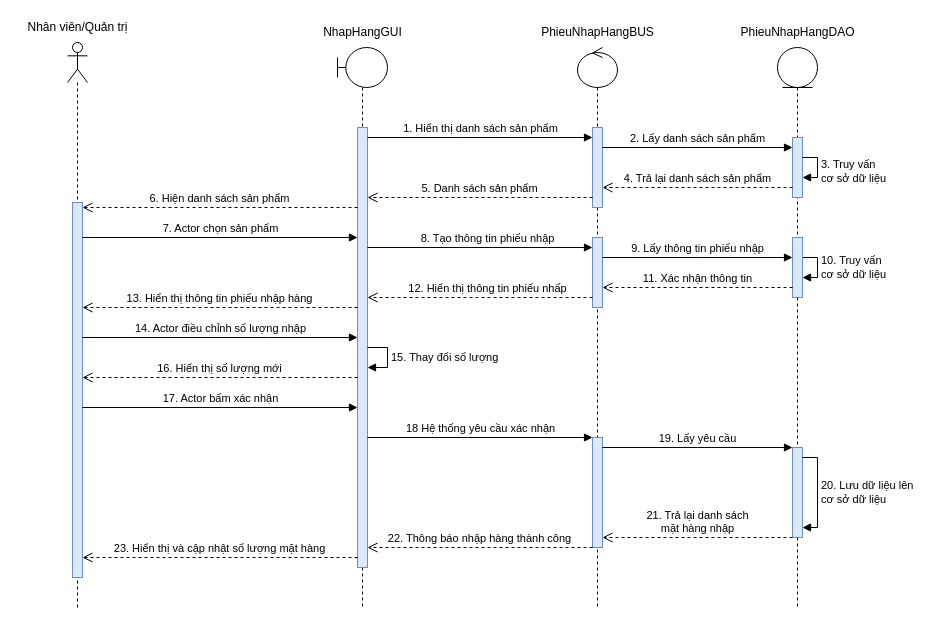
This is Sequence Diagrams/Quang Võ/SD_NhậpHàng.drawio from EdgarIgnite16/OOAD-Project, a draw.io file, before an edit. Source tidied: cells renumbered, new cells numbered last; positions are measured from the earlier drawing's top-left corner, leaving out a move shared by most shapes. Both pictures are drawn from the tidied source at 100%, with x=0, y=0 at pixel (17, 17).
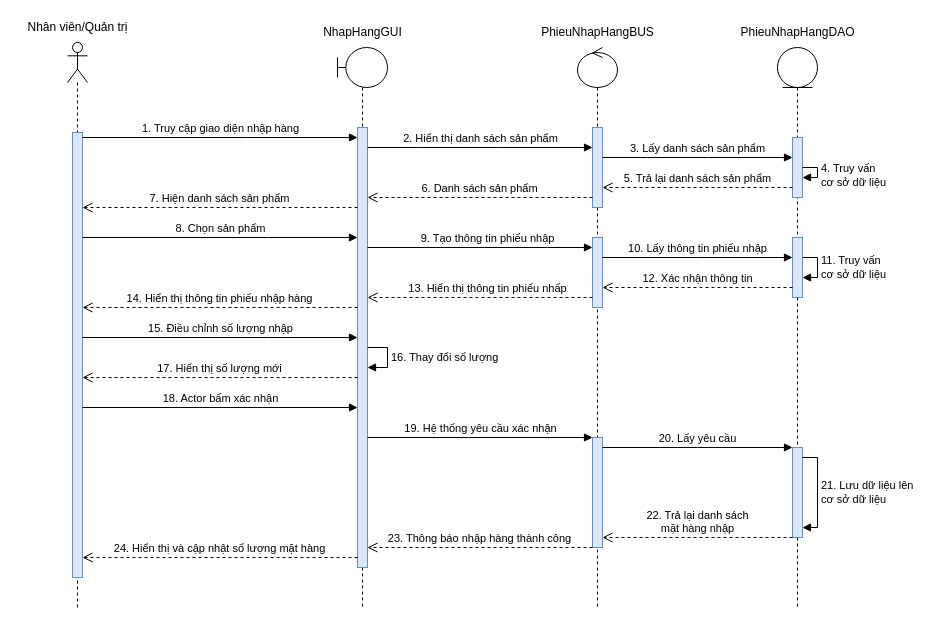
The same page after the edit.

The change refers to these unchanged cells:
```xml
<mxCell id="2" style="shape=umlLifeline;participant=umlActor;perimeter=lifelinePerimeter;whiteSpace=wrap;html=1;verticalAlign=top;spacingTop=36;" parent="1" vertex="1">
  <mxGeometry x="50" y="25" width="20" height="565" as="geometry" />
</mxCell>
<mxCell id="5" style="shape=umlLifeline;participant=umlBoundary;perimeter=lifelinePerimeter;whiteSpace=wrap;html=1;verticalAlign=top;spacingTop=36;" parent="1" vertex="1">
  <mxGeometry x="320" y="30" width="50" height="560" as="geometry" />
</mxCell>
<mxCell id="6" style="html=1;points=[];perimeter=orthogonalPerimeter;fillColor=#dae8fc;strokeColor=#6c8ebf;" parent="5" vertex="1">
  <mxGeometry x="20" y="80" width="10" height="440" as="geometry" />
</mxCell>
<mxCell id="9" style="html=1;points=[];perimeter=orthogonalPerimeter;fillColor=#dae8fc;strokeColor=#6c8ebf;" parent="8" vertex="1">
  <mxGeometry x="15" y="80" width="10" height="80" as="geometry" />
</mxCell>
<mxCell id="10" style="html=1;points=[];perimeter=orthogonalPerimeter;fillColor=#dae8fc;strokeColor=#6c8ebf;" parent="8" vertex="1">
  <mxGeometry x="15" y="390" width="10" height="110" as="geometry" />
</mxCell>
<mxCell id="11" style="html=1;points=[];perimeter=orthogonalPerimeter;fillColor=#dae8fc;strokeColor=#6c8ebf;" parent="8" vertex="1">
  <mxGeometry x="15" y="190" width="10" height="70" as="geometry" />
</mxCell>
<mxCell id="14" style="shape=umlLifeline;participant=umlEntity;perimeter=lifelinePerimeter;whiteSpace=wrap;html=1;verticalAlign=top;spacingTop=36;" parent="1" vertex="1">
  <mxGeometry x="760" y="30" width="40" height="560" as="geometry" />
</mxCell>
<mxCell id="15" style="html=1;points=[];perimeter=orthogonalPerimeter;fillColor=#dae8fc;strokeColor=#6c8ebf;" parent="14" vertex="1">
  <mxGeometry x="15" y="90" width="10" height="60" as="geometry" />
</mxCell>
<mxCell id="18" style="html=1;points=[];perimeter=orthogonalPerimeter;fillColor=#dae8fc;strokeColor=#6c8ebf;" parent="14" vertex="1">
  <mxGeometry x="15" y="190" width="10" height="60" as="geometry" />
</mxCell>
<mxCell id="19" style="html=1;points=[];perimeter=orthogonalPerimeter;fillColor=#dae8fc;strokeColor=#6c8ebf;" parent="14" vertex="1">
  <mxGeometry x="15" y="400" width="10" height="90" as="geometry" />
</mxCell>
```

The edit, as a diff of the source:
```diff
@@
     <mxCell id="3" style="html=1;points=[];perimeter=orthogonalPerimeter;fillColor=#dae8fc;strokeColor=#6c8ebf;" parent="2" vertex="1">
-      <mxGeometry x="5" y="160" width="10" height="375" as="geometry" />
+      <mxGeometry x="5" y="90" width="10" height="445" as="geometry" />
     </mxCell>
@@
-    <mxCell id="7" value="15. Thay đổi số lượng" style="edgeStyle=orthogonalEdgeStyle;html=1;align=left;spacingLeft=2;endArrow=block;rounded=0;" parent="5" edge="1" source="6" target="6">
+    <mxCell id="7" value="16. Thay đổi số lượng" style="edgeStyle=orthogonalEdgeStyle;html=1;align=left;spacingLeft=2;endArrow=block;rounded=0;" parent="5" edge="1" source="6" target="6">
       <mxGeometry relative="1" as="geometry">
         <Array as="points">
           <mxPoint x="50" y="300" />
           <mxPoint x="50" y="320" />
         </Array>
       </mxGeometry>
     </mxCell>
@@
-    <mxCell id="16" value="3. Truy vấn&lt;br&gt;cơ sở dữ liệu" style="edgeStyle=orthogonalEdgeStyle;html=1;align=left;spacingLeft=2;endArrow=block;rounded=0;" parent="14" edge="1" source="15" target="15">
+    <mxCell id="16" value="4. Truy vấn&lt;br&gt;cơ sở dữ liệu" style="edgeStyle=orthogonalEdgeStyle;html=1;align=left;spacingLeft=2;endArrow=block;rounded=0;" parent="14" edge="1" source="15" target="15">
       <mxGeometry x="0.16" relative="1" as="geometry">
         <Array as="points">
-          <mxPoint x="40" y="110" />
+          <mxPoint x="40" y="120" />
           <mxPoint x="40" y="130" />
         </Array>
       </mxGeometry>
     </mxCell>
-    <mxCell id="17" value="10. Truy vấn&lt;br&gt;cơ sở dữ liệu" style="edgeStyle=orthogonalEdgeStyle;html=1;align=left;spacingLeft=2;endArrow=block;rounded=0;" parent="14" edge="1" source="18" target="18">
+    <mxCell id="17" value="11. Truy vấn&lt;br&gt;cơ sở dữ liệu" style="edgeStyle=orthogonalEdgeStyle;html=1;align=left;spacingLeft=2;endArrow=block;rounded=0;" parent="14" edge="1" source="18" target="18">
       <mxGeometry relative="1" as="geometry">
         <Array as="points">
           <mxPoint x="40" y="210" />
           <mxPoint x="40" y="230" />
         </Array>
       </mxGeometry>
     </mxCell>
@@
-    <mxCell id="20" value="20. Lưu dữ liệu lên&lt;br&gt;cơ sở dữ liệu" style="edgeStyle=orthogonalEdgeStyle;html=1;align=left;spacingLeft=2;endArrow=block;rounded=0;" parent="14" edge="1" source="19" target="19">
+    <mxCell id="20" value="21. Lưu dữ liệu lên&lt;br&gt;cơ sở dữ liệu" style="edgeStyle=orthogonalEdgeStyle;html=1;align=left;spacingLeft=2;endArrow=block;rounded=0;" parent="14" edge="1" source="19" target="19">
       <mxGeometry relative="1" as="geometry">
         <Array as="points">
           <mxPoint x="40" y="410" />
           <mxPoint x="40" y="480" />
         </Array>
       </mxGeometry>
     </mxCell>
@@
-    <mxCell id="22" value="7. Actor chọn sản phẩm" style="html=1;verticalAlign=bottom;endArrow=block;rounded=0;" parent="1" edge="1" source="3" target="6">
+    <mxCell id="22" value="8. Chọn sản phẩm" style="html=1;verticalAlign=bottom;endArrow=block;rounded=0;" parent="1" edge="1" source="3" target="6">
       <mxGeometry relative="1" as="geometry">
         <Array as="points">
           <mxPoint x="250" y="220" />
         </Array>
       </mxGeometry>
     </mxCell>
-    <mxCell id="23" value="1. Hiển thị danh sách sản phẩm" style="html=1;verticalAlign=bottom;endArrow=block;rounded=0;" parent="1" edge="1" source="6" target="9">
+    <mxCell id="23" value="2. Hiển thị danh sách sản phẩm" style="html=1;verticalAlign=bottom;endArrow=block;rounded=0;" parent="1" edge="1" source="6" target="9">
       <mxGeometry relative="1" as="geometry">
         <Array as="points">
-          <mxPoint x="440" y="120" />
+          <mxPoint x="400" y="130" />
+          <mxPoint x="480" y="130" />
         </Array>
       </mxGeometry>
     </mxCell>
-    <mxCell id="24" value="2. Lấy danh sách sản phẩm" style="html=1;verticalAlign=bottom;endArrow=block;rounded=0;" parent="1" edge="1" source="9" target="15">
+    <mxCell id="24" value="3. Lấy danh sách sản phẩm" style="html=1;verticalAlign=bottom;endArrow=block;rounded=0;" parent="1" edge="1" source="9" target="15">
       <mxGeometry relative="1" as="geometry">
         <Array as="points">
-          <mxPoint x="670" y="130" />
+          <mxPoint x="630" y="140" />
+          <mxPoint x="690" y="140" />
         </Array>
       </mxGeometry>
     </mxCell>
-    <mxCell id="25" value="4. Trả lại danh sách sản phẩm" style="html=1;verticalAlign=bottom;endArrow=open;dashed=1;endSize=8;rounded=0;" parent="1" edge="1" source="15" target="9">
+    <mxCell id="25" value="5. Trả lại danh sách sản phẩm" style="html=1;verticalAlign=bottom;endArrow=open;dashed=1;endSize=8;rounded=0;" parent="1" edge="1" source="15" target="9">
       <mxGeometry relative="1" as="geometry">
         <Array as="points">
           <mxPoint x="700" y="170" />
         </Array>
       </mxGeometry>
     </mxCell>
-    <mxCell id="26" value="5. Danh sách sản phẩm" style="html=1;verticalAlign=bottom;endArrow=open;dashed=1;endSize=8;rounded=0;" parent="1" edge="1" source="9" target="6">
+    <mxCell id="26" value="6. Danh sách sản phẩm" style="html=1;verticalAlign=bottom;endArrow=open;dashed=1;endSize=8;rounded=0;" parent="1" edge="1" source="9" target="6">
       <mxGeometry relative="1" as="geometry">
         <Array as="points">
           <mxPoint x="450" y="180" />
         </Array>
       </mxGeometry>
     </mxCell>
-    <mxCell id="27" value="8. Tạo thông tin phiếu nhập" style="html=1;verticalAlign=bottom;endArrow=block;rounded=0;" parent="1" edge="1" source="6" target="11">
+    <mxCell id="27" value="9. Tạo thông tin phiếu nhập" style="html=1;verticalAlign=bottom;endArrow=block;rounded=0;" parent="1" edge="1" source="6" target="11">
       <mxGeometry x="0.07" relative="1" as="geometry">
         <Array as="points">
           <mxPoint x="530" y="230" />
         </Array>
       </mxGeometry>
     </mxCell>
-    <mxCell id="28" value="12. Hiển thị thông tin phiếu nhấp" style="html=1;verticalAlign=bottom;endArrow=open;dashed=1;endSize=8;rounded=0;" parent="1" edge="1" source="11" target="6">
+    <mxCell id="28" value="13. Hiển thị thông tin phiếu nhấp" style="html=1;verticalAlign=bottom;endArrow=open;dashed=1;endSize=8;rounded=0;" parent="1" edge="1" source="11" target="6">
       <mxGeometry x="-0.07" relative="1" as="geometry">
         <Array as="points">
           <mxPoint x="560" y="280" />
           <mxPoint x="460" y="280" />
         </Array>
       </mxGeometry>
     </mxCell>
-    <mxCell id="29" value="17. Actor bấm xác nhận" style="html=1;verticalAlign=bottom;endArrow=block;rounded=0;" parent="1" edge="1" source="3" target="6">
+    <mxCell id="29" value="18. Actor bấm xác nhận" style="html=1;verticalAlign=bottom;endArrow=block;rounded=0;" parent="1" edge="1" source="3" target="6">
       <mxGeometry relative="1" as="geometry">
         <Array as="points">
           <mxPoint x="240" y="390" />
         </Array>
       </mxGeometry>
     </mxCell>
-    <mxCell id="30" value="18 Hệ thống yêu cầu xác nhận" style="html=1;verticalAlign=bottom;endArrow=block;rounded=0;" parent="1" edge="1" source="6" target="10">
+    <mxCell id="30" value="19. Hệ thống yêu cầu xác nhận" style="html=1;verticalAlign=bottom;endArrow=block;rounded=0;" parent="1" edge="1" source="6" target="10">
       <mxGeometry relative="1" as="geometry">
         <Array as="points">
           <mxPoint x="450" y="420" />
         </Array>
       </mxGeometry>
     </mxCell>
-    <mxCell id="31" value="19. Lấy yêu cầu" style="html=1;verticalAlign=bottom;endArrow=block;rounded=0;" parent="1" edge="1" source="10" target="19">
+    <mxCell id="31" value="20. Lấy yêu cầu" style="html=1;verticalAlign=bottom;endArrow=block;rounded=0;" parent="1" edge="1" source="10" target="19">
       <mxGeometry relative="1" as="geometry">
         <Array as="points">
           <mxPoint x="680" y="430" />
         </Array>
       </mxGeometry>
     </mxCell>
-    <mxCell id="32" value="21. Trả lại danh sách&lt;br&gt;mặt hàng nhập" style="html=1;verticalAlign=bottom;endArrow=open;dashed=1;endSize=8;rounded=0;" parent="1" edge="1" source="19" target="10">
+    <mxCell id="32" value="22. Trả lại danh sách&lt;br&gt;mặt hàng nhập" style="html=1;verticalAlign=bottom;endArrow=open;dashed=1;endSize=8;rounded=0;" parent="1" edge="1" source="19" target="10">
       <mxGeometry relative="1" as="geometry">
         <Array as="points">
           <mxPoint x="680" y="520" />
         </Array>
       </mxGeometry>
     </mxCell>
-    <mxCell id="33" value="22. Thông báo nhập hàng thành công" style="html=1;verticalAlign=bottom;endArrow=open;dashed=1;endSize=8;rounded=0;" parent="1" edge="1" source="10" target="6">
+    <mxCell id="33" value="23. Thông báo nhập hàng thành công" style="html=1;verticalAlign=bottom;endArrow=open;dashed=1;endSize=8;rounded=0;" parent="1" edge="1" source="10" target="6">
       <mxGeometry relative="1" as="geometry">
         <Array as="points">
           <mxPoint x="450" y="530" />
         </Array>
       </mxGeometry>
     </mxCell>
-    <mxCell id="34" value="23. Hiển thị và cập nhật số lượng mặt hàng" style="html=1;verticalAlign=bottom;endArrow=open;dashed=1;endSize=8;rounded=0;" parent="1" edge="1" source="6" target="3">
+    <mxCell id="34" value="24. Hiển thị và cập nhật số lượng mặt hàng" style="html=1;verticalAlign=bottom;endArrow=open;dashed=1;endSize=8;rounded=0;" parent="1" edge="1" source="6" target="3">
       <mxGeometry relative="1" as="geometry">
         <Array as="points">
           <mxPoint x="300" y="540" />
           <mxPoint x="260" y="540" />
         </Array>
       </mxGeometry>
     </mxCell>
-    <mxCell id="35" value="13. Hiển thị thông tin phiếu nhập hàng" style="html=1;verticalAlign=bottom;endArrow=open;dashed=1;endSize=8;rounded=0;" parent="1" edge="1" source="6" target="3">
+    <mxCell id="35" value="14. Hiển thị thông tin phiếu nhập hàng" style="html=1;verticalAlign=bottom;endArrow=open;dashed=1;endSize=8;rounded=0;" parent="1" edge="1" source="6" target="3">
       <mxGeometry relative="1" as="geometry">
         <Array as="points">
           <mxPoint x="260" y="290" />
         </Array>
       </mxGeometry>
     </mxCell>
-    <mxCell id="36" value="14. Actor điều chỉnh số lượng nhập" style="html=1;verticalAlign=bottom;endArrow=block;rounded=0;" parent="1" edge="1" source="3" target="6">
+    <mxCell id="36" value="15. Điều chỉnh số lượng nhập" style="html=1;verticalAlign=bottom;endArrow=block;rounded=0;" parent="1" edge="1" source="3" target="6">
       <mxGeometry relative="1" as="geometry">
         <Array as="points">
           <mxPoint x="250" y="320" />
         </Array>
       </mxGeometry>
     </mxCell>
-    <mxCell id="37" value="16. Hiển thị số lượng mới" style="html=1;verticalAlign=bottom;endArrow=open;dashed=1;endSize=8;rounded=0;" parent="1" edge="1" source="6" target="3">
+    <mxCell id="37" value="17. Hiển thị số lượng mới" style="html=1;verticalAlign=bottom;endArrow=open;dashed=1;endSize=8;rounded=0;" parent="1" edge="1" source="6" target="3">
       <mxGeometry relative="1" as="geometry">
         <Array as="points">
           <mxPoint x="240" y="360" />
         </Array>
       </mxGeometry>
     </mxCell>
-    <mxCell id="38" value="6. Hiện danh sách sản phẩm" style="html=1;verticalAlign=bottom;endArrow=open;dashed=1;endSize=8;rounded=0;" parent="1" edge="1" source="6" target="3">
+    <mxCell id="38" value="7. Hiện danh sách sản phẩm" style="html=1;verticalAlign=bottom;endArrow=open;dashed=1;endSize=8;rounded=0;" parent="1" edge="1" source="6" target="3">
       <mxGeometry relative="1" as="geometry">
         <Array as="points">
           <mxPoint x="210" y="190" />
         </Array>
       </mxGeometry>
     </mxCell>
-    <mxCell id="39" value="9. Lấy thông tin phiếu nhập" style="html=1;verticalAlign=bottom;endArrow=block;rounded=0;" parent="1" edge="1" source="11" target="18">
+    <mxCell id="39" value="10. Lấy thông tin phiếu nhập" style="html=1;verticalAlign=bottom;endArrow=block;rounded=0;" parent="1" edge="1" source="11" target="18">
       <mxGeometry relative="1" as="geometry">
         <Array as="points">
           <mxPoint x="680" y="240" />
         </Array>
       </mxGeometry>
     </mxCell>
-    <mxCell id="40" value="11. Xác nhận thông tin" style="html=1;verticalAlign=bottom;endArrow=open;dashed=1;endSize=8;rounded=0;" parent="1" edge="1" source="18" target="11">
+    <mxCell id="40" value="12. Xác nhận thông tin" style="html=1;verticalAlign=bottom;endArrow=open;dashed=1;endSize=8;rounded=0;" parent="1" edge="1" source="18" target="11">
       <mxGeometry relative="1" as="geometry">
         <Array as="points">
           <mxPoint x="680" y="270" />
         </Array>
       </mxGeometry>
     </mxCell>
+    <mxCell id="41" value="1. Truy cập giao diện nhập hàng" style="html=1;verticalAlign=bottom;endArrow=block;rounded=0;" parent="1" edge="1" source="3" target="6">
+      <mxGeometry relative="1" as="geometry">
+        <Array as="points">
+          <mxPoint x="230" y="120" />
+        </Array>
+      </mxGeometry>
+    </mxCell>
```
